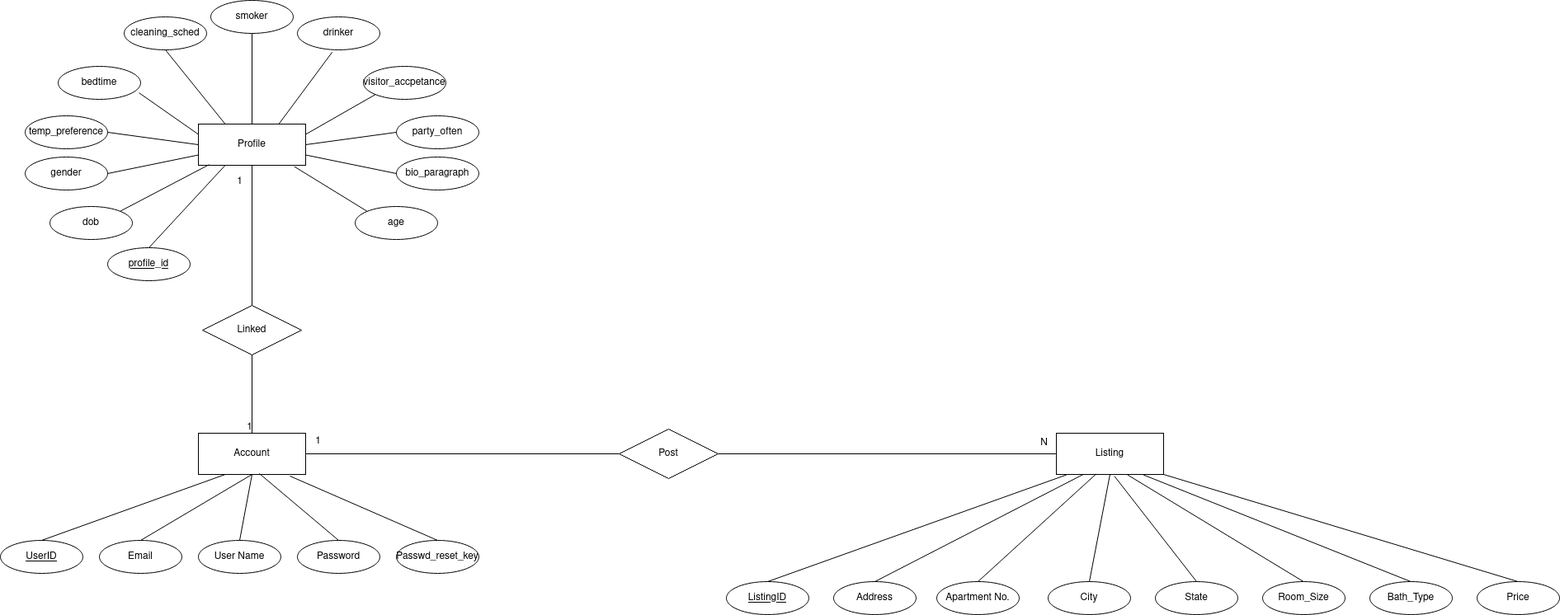
Before: docs/database/database_ERD.png, a diagram exported from draw.io (JackValladares/ApartmentApplication). Source tidied: cells renumbered, new cells last; positions are measured from the earlier drawing's top-left corner, leaving out a move shared by most shapes.
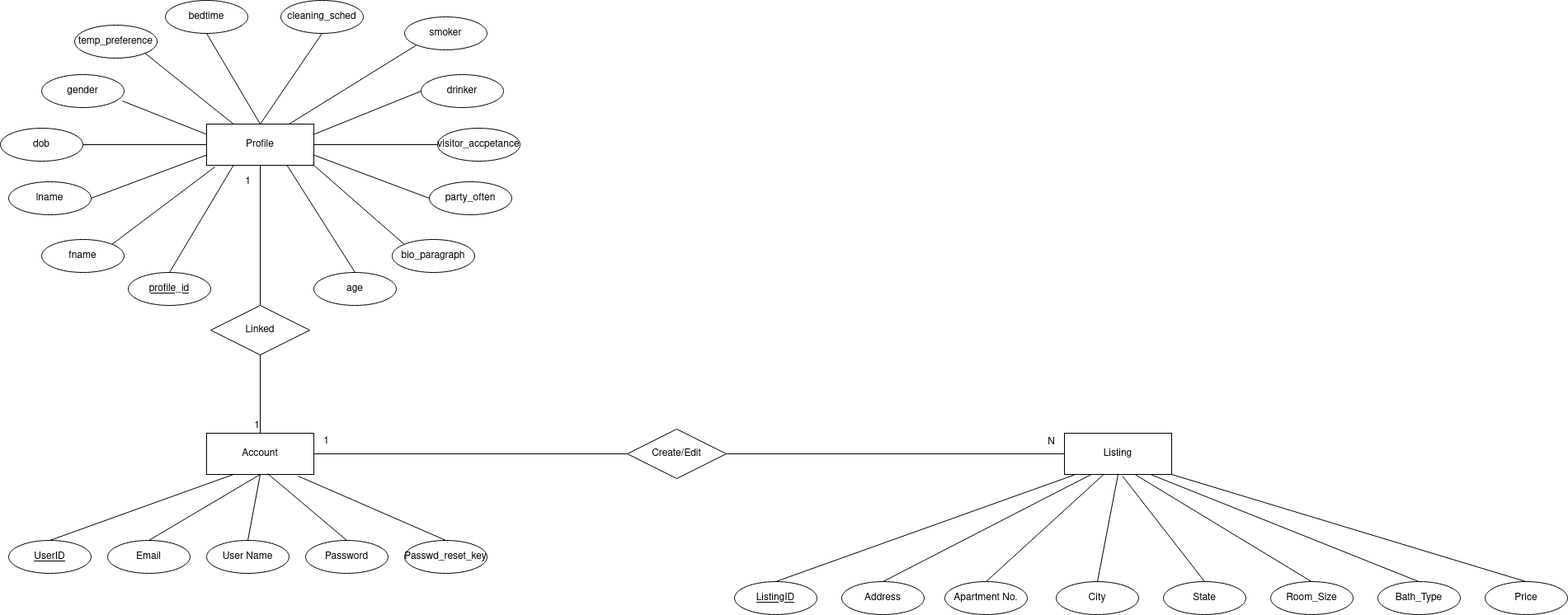
Above is the later version.

Commit message:
Added fname and lname to Profile Entity

The edit, as a diff of the source:
```diff
@@ -90,7 +90,7 @@
         <mxPoint x="1839.6" y="705" as="sourcePoint" />
       </mxGeometry>
     </mxCell>
-    <mxCell id="28" value="Post" style="shape=rhombus;perimeter=rhombusPerimeter;whiteSpace=wrap;html=1;align=center;" parent="1" vertex="1">
+    <mxCell id="28" value="&lt;div&gt;Create/Edit&lt;/div&gt;" style="shape=rhombus;perimeter=rhombusPerimeter;whiteSpace=wrap;html=1;align=center;" parent="1" vertex="1">
       <mxGeometry x="750" y="520" width="120" height="60" as="geometry" />
     </mxCell>
     <mxCell id="29" style="endArrow=none;html=1;rounded=0;exitX=1;exitY=0.5;exitDx=0;exitDy=0;entryX=0;entryY=0.5;entryDx=0;entryDy=0;" parent="1" edge="1" source="28" target="11">
@@ -116,79 +116,79 @@
     <mxCell id="35" value="Profile" style="whiteSpace=wrap;html=1;align=center;" parent="1" vertex="1">
       <mxGeometry x="240" y="150" width="130" height="50" as="geometry" />
     </mxCell>
-    <mxCell id="36" style="endArrow=none;html=1;exitX=1;exitY=0;exitDx=0;exitDy=0;entryX=0.099;entryY=0.985;entryDx=0;entryDy=0;entryPerimeter=0;" parent="1" edge="1" target="35">
-      <mxGeometry relative="1" as="geometry">
-        <mxPoint x="145.1" y="255.8" as="sourcePoint" />
-      </mxGeometry>
+    <mxCell id="36" style="endArrow=none;html=1;exitX=1;exitY=0.5;exitDx=0;exitDy=0;entryX=0;entryY=0.5;entryDx=0;entryDy=0;" parent="1" edge="1" source="58" target="35">
+      <mxGeometry relative="1" as="geometry" />
     </mxCell>
     <mxCell id="37" value="gender" style="ellipse;whiteSpace=wrap;html=1;align=center;" parent="1" vertex="1">
-      <mxGeometry x="30" y="190" width="100" height="40" as="geometry" />
+      <mxGeometry x="40" y="90" width="100" height="40" as="geometry" />
     </mxCell>
-    <mxCell id="38" style="endArrow=none;html=1;exitX=1;exitY=0.5;exitDx=0;exitDy=0;entryX=0;entryY=0.75;entryDx=0;entryDy=0;" parent="1" edge="1" source="37" target="35">
+    <mxCell id="38" style="endArrow=none;html=1;exitX=0.98;exitY=0.8;exitDx=0;exitDy=0;entryX=0;entryY=0.25;entryDx=0;entryDy=0;exitPerimeter=0;" parent="1" edge="1" source="37" target="35">
       <mxGeometry relative="1" as="geometry" />
     </mxCell>
     <mxCell id="39" value="temp_preference" style="ellipse;whiteSpace=wrap;html=1;align=center;" parent="1" vertex="1">
-      <mxGeometry x="30" y="140" width="100" height="40" as="geometry" />
+      <mxGeometry x="80" y="30" width="100" height="40" as="geometry" />
     </mxCell>
     <mxCell id="40" value="bedtime" style="ellipse;whiteSpace=wrap;html=1;align=center;" parent="1" vertex="1">
-      <mxGeometry x="70" y="80" width="100" height="40" as="geometry" />
+      <mxGeometry x="190" width="100" height="40" as="geometry" />
     </mxCell>
     <mxCell id="41" value="cleaning_sched" style="ellipse;whiteSpace=wrap;html=1;align=center;" parent="1" vertex="1">
-      <mxGeometry x="150" y="20" width="100" height="40" as="geometry" />
+      <mxGeometry x="330" width="100" height="40" as="geometry" />
     </mxCell>
     <mxCell id="42" value="smoker" style="ellipse;whiteSpace=wrap;html=1;align=center;" parent="1" vertex="1">
-      <mxGeometry x="255" width="100" height="40" as="geometry" />
+      <mxGeometry x="480" y="20" width="100" height="40" as="geometry" />
     </mxCell>
     <mxCell id="43" value="visitor_accpetance" style="ellipse;whiteSpace=wrap;html=1;align=center;" parent="1" vertex="1">
-      <mxGeometry x="440" y="80" width="100" height="40" as="geometry" />
+      <mxGeometry x="520" y="155" width="100" height="40" as="geometry" />
     </mxCell>
     <mxCell id="44" value="party_often" style="ellipse;whiteSpace=wrap;html=1;align=center;" parent="1" vertex="1">
-      <mxGeometry x="480" y="140" width="100" height="40" as="geometry" />
+      <mxGeometry x="510" y="220" width="100" height="40" as="geometry" />
     </mxCell>
     <mxCell id="45" value="bio_paragraph" style="ellipse;whiteSpace=wrap;html=1;align=center;" parent="1" vertex="1">
-      <mxGeometry x="480" y="190" width="100" height="40" as="geometry" />
+      <mxGeometry x="465" y="290" width="100" height="40" as="geometry" />
     </mxCell>
     <mxCell id="46" value="age" style="ellipse;whiteSpace=wrap;html=1;align=center;" parent="1" vertex="1">
-      <mxGeometry x="430" y="250" width="100" height="40" as="geometry" />
+      <mxGeometry x="370" y="330" width="100" height="40" as="geometry" />
     </mxCell>
     <mxCell id="47" value="drinker" style="ellipse;whiteSpace=wrap;html=1;align=center;" parent="1" vertex="1">
-      <mxGeometry x="360" y="20" width="100" height="40" as="geometry" />
+      <mxGeometry x="500" y="90" width="100" height="40" as="geometry" />
     </mxCell>
-    <mxCell id="48" style="endArrow=none;html=1;exitX=1;exitY=0.5;exitDx=0;exitDy=0;entryX=0;entryY=0.5;entryDx=0;entryDy=0;" parent="1" edge="1" source="39" target="35">
+    <mxCell id="48" style="endArrow=none;html=1;exitX=1;exitY=1;exitDx=0;exitDy=0;entryX=0.25;entryY=0;entryDx=0;entryDy=0;" parent="1" edge="1" source="39" target="35">
       <mxGeometry relative="1" as="geometry" />
     </mxCell>
-    <mxCell id="49" style="endArrow=none;html=1;exitX=0.981;exitY=0.804;exitDx=0;exitDy=0;entryX=0;entryY=0.25;entryDx=0;entryDy=0;exitPerimeter=0;" parent="1" edge="1" source="40" target="35">
+    <mxCell id="49" style="endArrow=none;html=1;exitX=0.5;exitY=1;exitDx=0;exitDy=0;entryX=0.5;entryY=0;entryDx=0;entryDy=0;" parent="1" edge="1" source="40" target="35">
       <mxGeometry relative="1" as="geometry" />
     </mxCell>
-    <mxCell id="50" style="endArrow=none;html=1;exitX=0.5;exitY=1;exitDx=0;exitDy=0;entryX=0.25;entryY=0;entryDx=0;entryDy=0;" parent="1" edge="1" source="41" target="35">
+    <mxCell id="50" style="endArrow=none;html=1;exitX=0.5;exitY=1;exitDx=0;exitDy=0;entryX=0.5;entryY=0;entryDx=0;entryDy=0;" parent="1" edge="1" source="41" target="35">
       <mxGeometry relative="1" as="geometry" />
     </mxCell>
-    <mxCell id="51" style="endArrow=none;html=1;entryX=0.5;entryY=1;entryDx=0;entryDy=0;exitX=0.5;exitY=0;exitDx=0;exitDy=0;" parent="1" edge="1" source="35" target="42">
-      <mxGeometry relative="1" as="geometry" />
+    <mxCell id="51" style="endArrow=none;html=1;entryX=0;entryY=1;entryDx=0;entryDy=0;" parent="1" edge="1" target="42">
+      <mxGeometry relative="1" as="geometry">
+        <mxPoint x="340" y="150" as="sourcePoint" />
+      </mxGeometry>
     </mxCell>
-    <mxCell id="52" style="endArrow=none;html=1;entryX=0.422;entryY=1.069;entryDx=0;entryDy=0;entryPerimeter=0;exitX=0.75;exitY=0;exitDx=0;exitDy=0;" parent="1" edge="1" source="35" target="47">
+    <mxCell id="52" style="endArrow=none;html=1;entryX=0;entryY=0.5;entryDx=0;entryDy=0;exitX=1;exitY=0.25;exitDx=0;exitDy=0;" parent="1" edge="1" source="35" target="47">
       <mxGeometry relative="1" as="geometry" />
     </mxCell>
-    <mxCell id="53" style="endArrow=none;html=1;entryX=0;entryY=1;entryDx=0;entryDy=0;exitX=1;exitY=0.25;exitDx=0;exitDy=0;" parent="1" edge="1" source="35" target="43">
+    <mxCell id="53" style="endArrow=none;html=1;entryX=0;entryY=0.5;entryDx=0;entryDy=0;exitX=1;exitY=0.5;exitDx=0;exitDy=0;" parent="1" edge="1" source="35" target="43">
       <mxGeometry relative="1" as="geometry" />
     </mxCell>
-    <mxCell id="54" style="endArrow=none;html=1;entryX=0;entryY=0.5;entryDx=0;entryDy=0;exitX=1;exitY=0.5;exitDx=0;exitDy=0;" parent="1" edge="1" source="35" target="44">
+    <mxCell id="54" style="endArrow=none;html=1;entryX=0;entryY=0.5;entryDx=0;entryDy=0;exitX=1;exitY=0.75;exitDx=0;exitDy=0;" parent="1" edge="1" source="35" target="44">
       <mxGeometry relative="1" as="geometry" />
     </mxCell>
-    <mxCell id="55" style="endArrow=none;html=1;entryX=0;entryY=0.5;entryDx=0;entryDy=0;exitX=1;exitY=0.75;exitDx=0;exitDy=0;" parent="1" edge="1" source="35" target="45">
+    <mxCell id="55" style="endArrow=none;html=1;entryX=0;entryY=0;entryDx=0;entryDy=0;exitX=1;exitY=1;exitDx=0;exitDy=0;" parent="1" edge="1" source="35" target="45">
       <mxGeometry relative="1" as="geometry" />
     </mxCell>
-    <mxCell id="56" style="endArrow=none;html=1;entryX=0;entryY=0;entryDx=0;entryDy=0;exitX=0.895;exitY=1.032;exitDx=0;exitDy=0;exitPerimeter=0;" parent="1" edge="1" source="35" target="46">
+    <mxCell id="56" style="endArrow=none;html=1;entryX=0.5;entryY=0;entryDx=0;entryDy=0;exitX=0.75;exitY=1;exitDx=0;exitDy=0;" parent="1" edge="1" source="35" target="46">
       <mxGeometry relative="1" as="geometry" />
     </mxCell>
     <mxCell id="57" style="endArrow=none;html=1;entryX=0.25;entryY=1;entryDx=0;entryDy=0;exitX=0.5;exitY=0;exitDx=0;exitDy=0;" parent="1" edge="1" source="59" target="35">
       <mxGeometry relative="1" as="geometry" />
     </mxCell>
     <mxCell id="58" value="dob" style="ellipse;whiteSpace=wrap;html=1;align=center;" parent="1" vertex="1">
-      <mxGeometry x="60" y="250" width="100" height="40" as="geometry" />
+      <mxGeometry x="-10" y="155" width="100" height="40" as="geometry" />
     </mxCell>
     <mxCell id="59" value="&lt;div&gt;profile_id&lt;/div&gt;" style="ellipse;whiteSpace=wrap;html=1;align=center;fontStyle=4;" parent="1" vertex="1">
-      <mxGeometry x="130" y="300" width="100" height="40" as="geometry" />
+      <mxGeometry x="145" y="330" width="100" height="40" as="geometry" />
     </mxCell>
     <mxCell id="60" value="1" style="text;html=1;align=center;verticalAlign=middle;fillColor=none;strokeColor=none;rounded=0;" parent="1" vertex="1">
       <mxGeometry x="280" y="210" width="20" height="20" as="geometry" />
@@ -205,5 +205,17 @@
     <mxCell id="64" value="1" style="html=1;align=right;verticalAlign=bottom;" parent="63" vertex="1">
       <mxGeometry x="1" relative="1" as="geometry" />
     </mxCell>
+    <mxCell id="65" value="&lt;div&gt;fname&lt;/div&gt;" style="ellipse;whiteSpace=wrap;html=1;align=center;" parent="1" vertex="1">
+      <mxGeometry x="40" y="290" width="100" height="40" as="geometry" />
+    </mxCell>
+    <mxCell id="66" value="lname" style="ellipse;whiteSpace=wrap;html=1;align=center;" parent="1" vertex="1">
+      <mxGeometry y="220" width="100" height="40" as="geometry" />
+    </mxCell>
+    <mxCell id="67" style="endArrow=none;html=1;exitX=1;exitY=0.5;exitDx=0;exitDy=0;entryX=0;entryY=0.75;entryDx=0;entryDy=0;" parent="1" edge="1" source="66" target="35">
+      <mxGeometry relative="1" as="geometry" />
+    </mxCell>
+    <mxCell id="68" style="endArrow=none;html=1;exitX=1;exitY=0;exitDx=0;exitDy=0;entryX=0.077;entryY=1.04;entryDx=0;entryDy=0;entryPerimeter=0;" parent="1" edge="1" source="65" target="35">
+      <mxGeometry relative="1" as="geometry" />
+    </mxCell>
   </root>
 </mxGraphModel>
```
